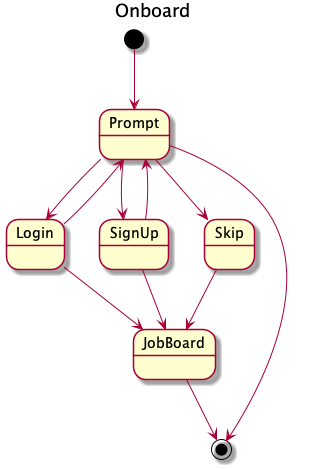
Above: RemoteBeesFlow/flow/src/main/flows/Onboard.png in k10dev/RemoteBees (PlantUML), before the change. Source of this version:
```plantuml
@startuml

title Onboard

[*] --> Prompt

Prompt --> Login
Prompt --> SignUp
Prompt --> Skip

Login --> JobBoard
Login --> Prompt

SignUp --> JobBoard
SignUp --> Prompt

Skip --> JobBoard

JobBoard --> [*]
Prompt --> [*]

@enduml
```
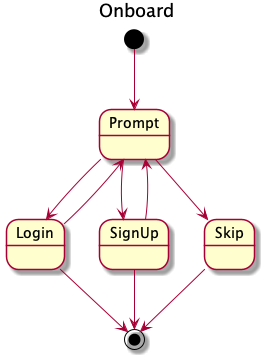
After the commit.

Change to the diagram source:
```diff
@@ -1,6 +1,7 @@
 @startuml
 
 title Onboard
+
 
 [*] --> Prompt
 
@@ -8,15 +9,14 @@
 Prompt --> SignUp
 Prompt --> Skip
 
-Login --> JobBoard
 Login --> Prompt
 
-SignUp --> JobBoard
 SignUp --> Prompt
 
-Skip --> JobBoard
 
-JobBoard --> [*]
-Prompt --> [*]
+
+Login --> [*]
+SignUp --> [*]
+Skip --> [*]
 
 @enduml
```
